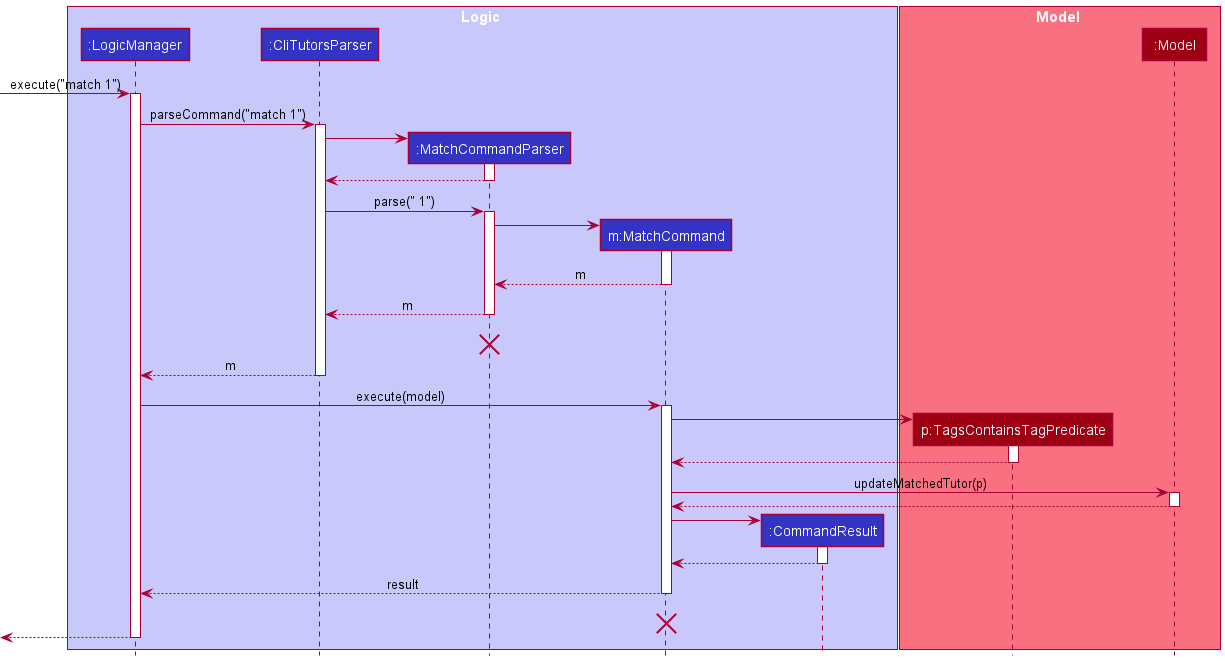
Above: docs/images/MatchCommandSequenceDiagram.png in tenebrius1/tp (PlantUML), before the change.
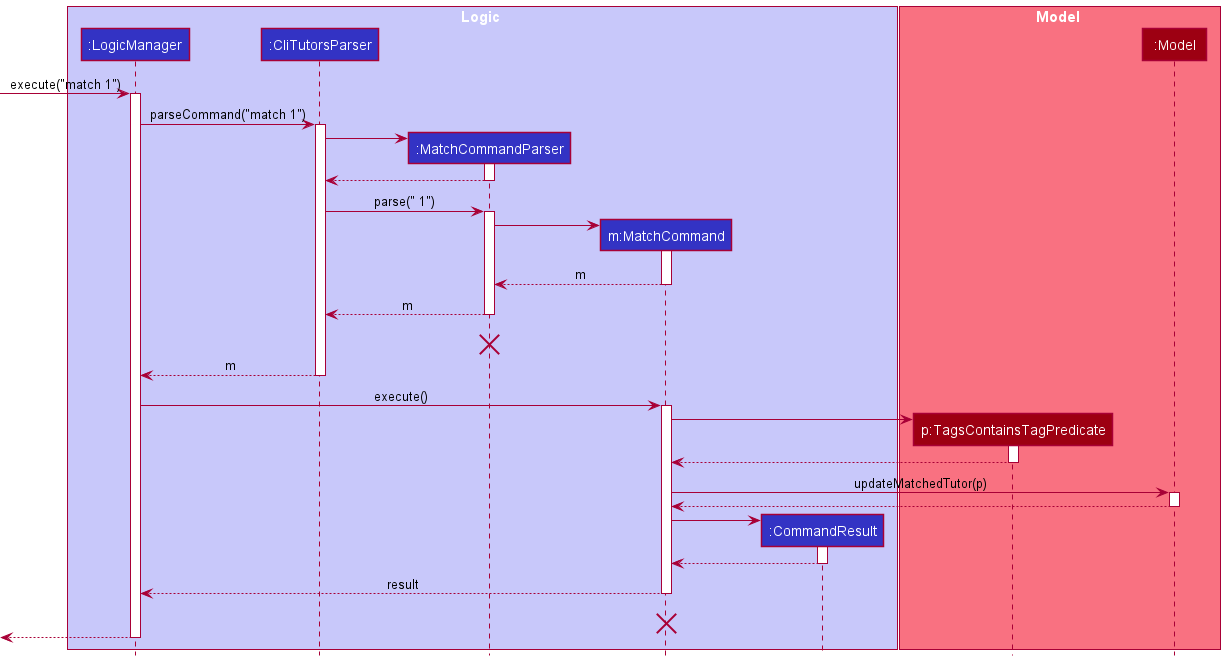
The same file after the commit.

What changed in the source:
```diff
@@ -42,7 +42,7 @@
 CliTutors --> LogicManager : m
 deactivate CliTutors
 
-LogicManager -> MatchCommand : execute(model)
+LogicManager -> MatchCommand : execute()
 activate MatchCommand
 
 create TagPredicate
```
